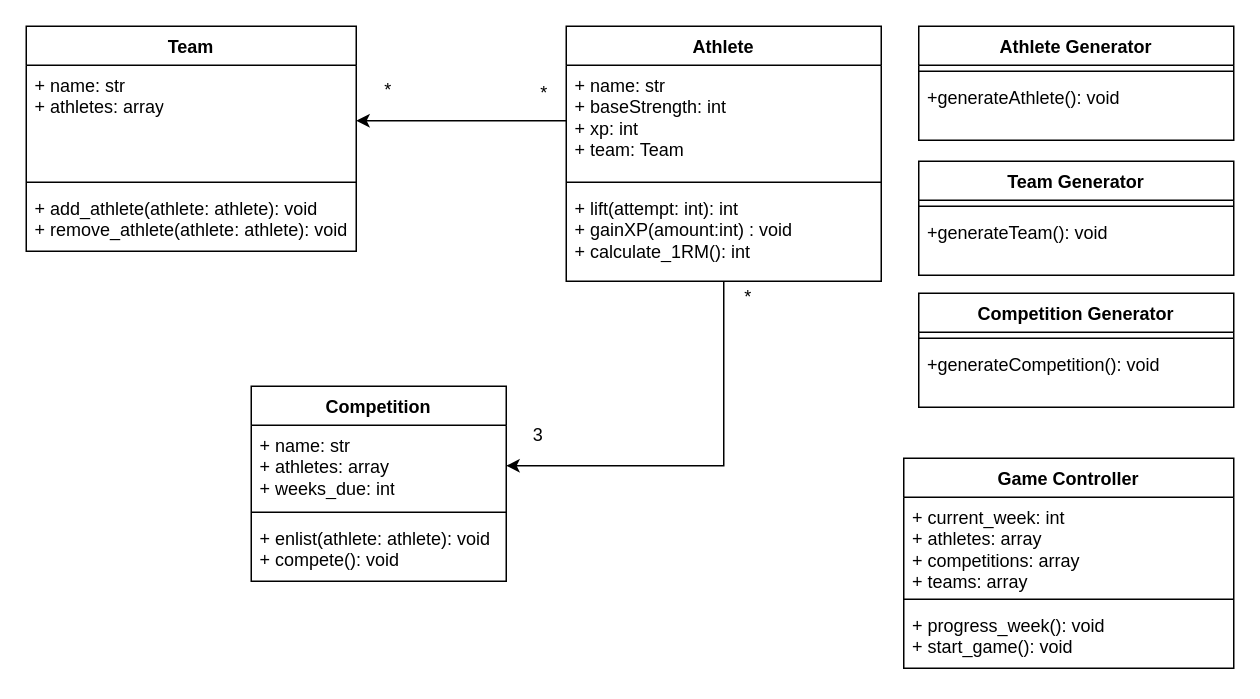
The draw.io diagram UML.drawio in co90bymo/powerlifting-manager, before the edit. Source tidied: cells renumbered, new cells numbered last; positions are measured from the earlier drawing's top-left corner, leaving out a move shared by most shapes. Both pictures are drawn from the tidied source at 150%, with x=0, y=0 at pixel (26, 26).
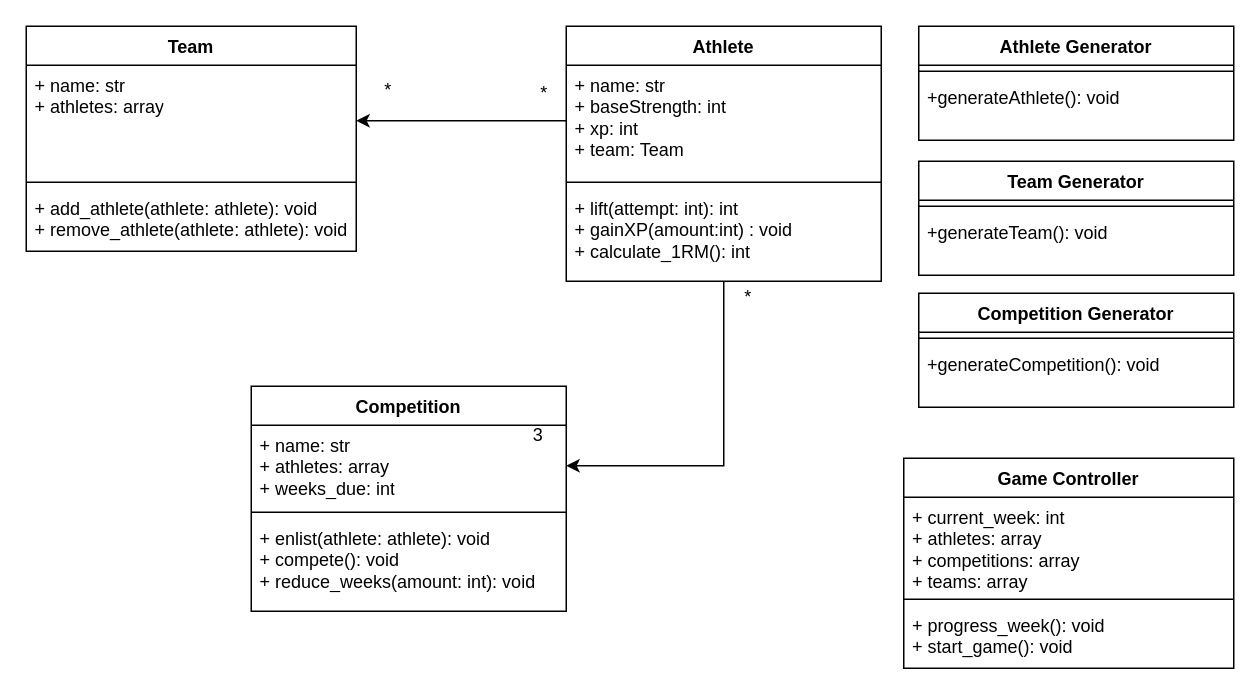
The same diagram, later.

The edit, as a diff of the source:
```diff
@@
     <mxCell id="7" value="Competition" style="swimlane;fontStyle=1;align=center;verticalAlign=top;horizontal=1;startSize=26;whiteSpace=wrap;html=1;" parent="1" vertex="1">
-      <mxGeometry x="150" y="240" width="170" height="130" as="geometry" />
+      <mxGeometry x="150" y="240" width="210" height="150" as="geometry" />
     </mxCell>
     <mxCell id="8" value="&lt;div&gt;+ name: str&lt;/div&gt;&lt;div&gt;+ athletes: array&lt;/div&gt;&lt;div&gt;+ weeks_due: int&lt;/div&gt;" style="text;strokeColor=none;fillColor=none;align=left;verticalAlign=top;spacingLeft=4;spacingRight=4;overflow=hidden;points=[[0,0.5],[1,0.5]];portConstraint=eastwest;whiteSpace=wrap;html=1;" parent="7" vertex="1">
-      <mxGeometry y="26" width="170" height="54" as="geometry" />
+      <mxGeometry y="26" width="210" height="54" as="geometry" />
     </mxCell>
     <mxCell id="9" style="line;strokeWidth=1;fillColor=none;align=left;verticalAlign=middle;spacingTop=-1;spacingLeft=3;spacingRight=3;labelPosition=right;strokeColor=inherit;" parent="7" vertex="1">
-      <mxGeometry y="80" width="170" height="8" as="geometry" />
+      <mxGeometry y="80" width="210" height="8" as="geometry" />
     </mxCell>
-    <mxCell id="10" value="&lt;div&gt;+ enlist(athlete: athlete): void&lt;/div&gt;&lt;div&gt;+ compete(): void&lt;/div&gt;" style="text;strokeColor=none;fillColor=none;align=left;verticalAlign=top;spacingLeft=4;spacingRight=4;overflow=hidden;whiteSpace=wrap;html=1;" parent="7" vertex="1">
-      <mxGeometry y="88" width="170" height="42" as="geometry" />
+    <mxCell id="10" value="&lt;div&gt;+ enlist(athlete: athlete): void&lt;/div&gt;&lt;div&gt;+ compete(): void&lt;/div&gt;&lt;div&gt;+ reduce_weeks(amount: int): void&lt;/div&gt;" style="text;strokeColor=none;fillColor=none;align=left;verticalAlign=top;spacingLeft=4;spacingRight=4;overflow=hidden;whiteSpace=wrap;html=1;" parent="7" vertex="1">
+      <mxGeometry y="88" width="210" height="62" as="geometry" />
     </mxCell>
```
